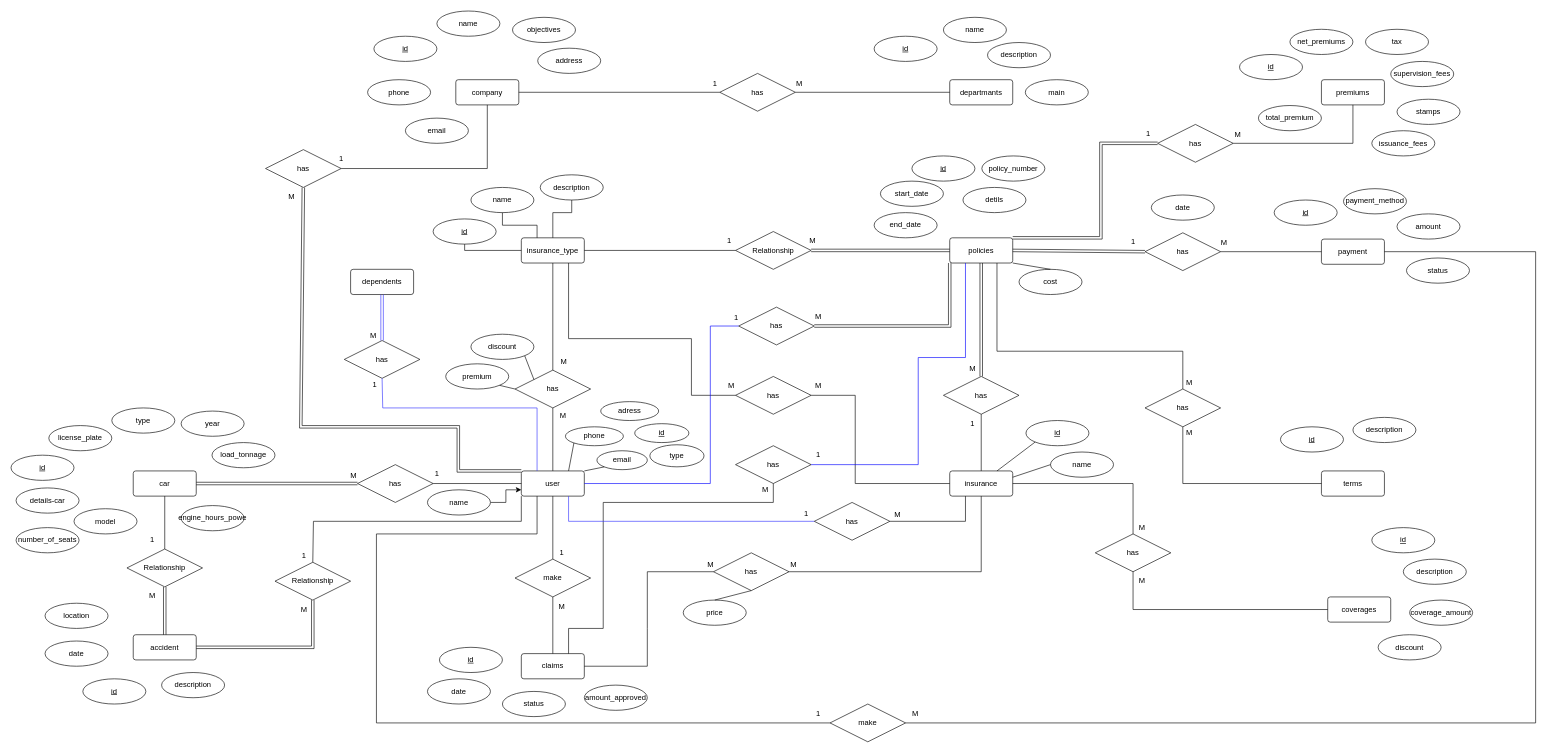
Above: database/requirement/ERD.drawio in MohamedAdelEid/Takaful_App (draw.io), before the change. Source tidied: cells renumbered, new cells numbered last; positions are measured from the earlier drawing's top-left corner, leaving out a move shared by most shapes. Both pictures are drawn from the tidied source at 63%, with x=0, y=0 at pixel (11, 11).
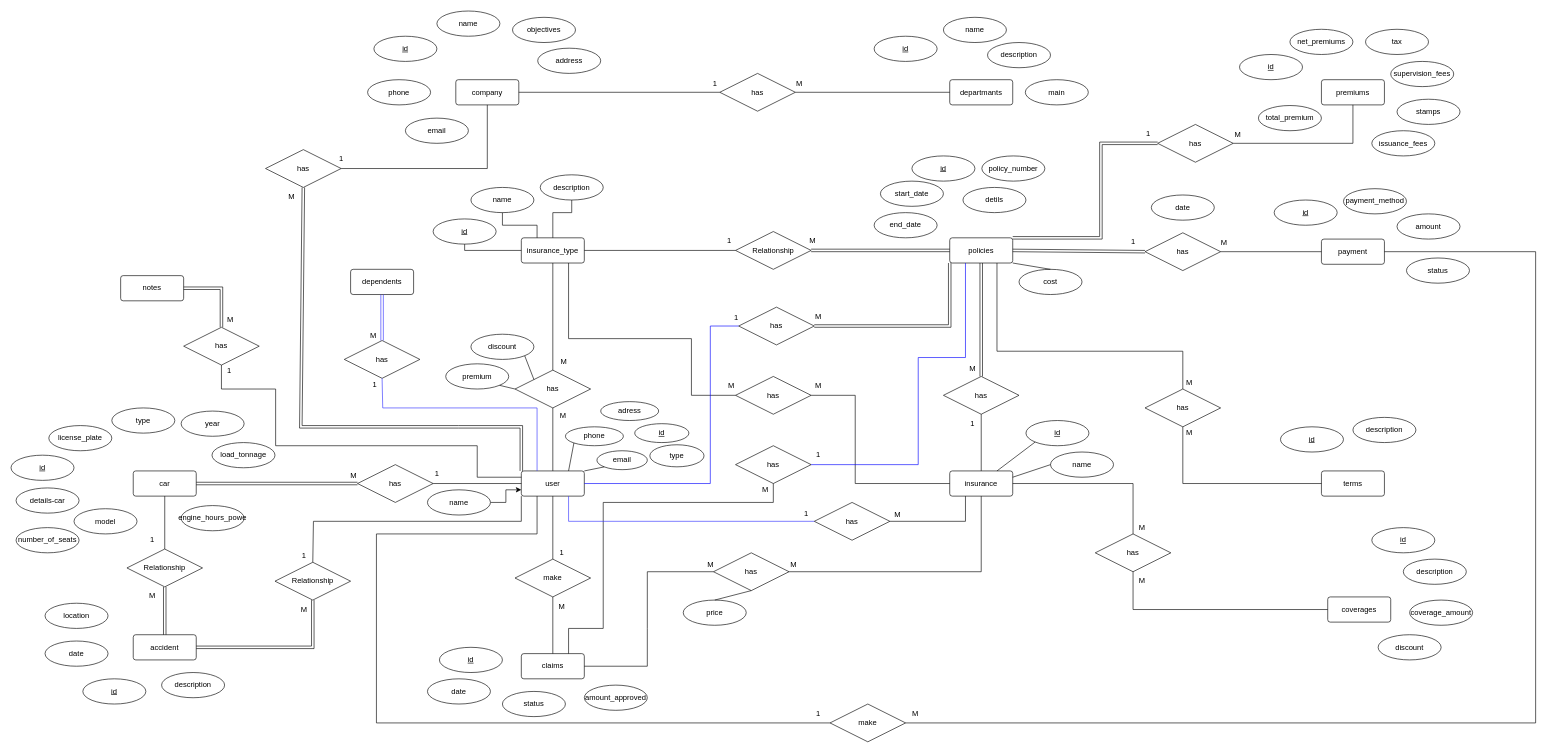
The same page after the edit.

The change refers to these unchanged cells:
```xml
<mxCell id="13" value="user" style="rounded=1;arcSize=10;whiteSpace=wrap;html=1;align=center;" parent="1" vertex="1">
  <mxGeometry x="810" y="730" width="100" height="40" as="geometry" />
</mxCell>
<mxCell id="102" value="has" style="shape=rhombus;perimeter=rhombusPerimeter;whiteSpace=wrap;html=1;align=center;" parent="1" vertex="1">
  <mxGeometry x="404" y="220" width="120" height="60" as="geometry" />
</mxCell>
```

The edit, as a diff of the source:
```diff
@@
     <mxCell id="104" style="shape=link;html=1;rounded=0;exitX=0;exitY=0;exitDx=0;exitDy=0;entryX=0.5;entryY=1;entryDx=0;entryDy=0;" parent="1" edge="1" source="13" target="102">
       <mxGeometry relative="1" as="geometry">
         <Array as="points">
-          <mxPoint x="710" y="730" />
+          <mxPoint x="810" y="660" />
           <mxPoint x="710" y="660" />
           <mxPoint x="460" y="660" />
         </Array>
       </mxGeometry>
     </mxCell>
@@
+    <mxCell id="195" value="notes" style="rounded=1;arcSize=10;whiteSpace=wrap;html=1;align=center;" parent="1" vertex="1">
+      <mxGeometry x="174" y="420" width="100" height="40" as="geometry" />
+    </mxCell>
+    <mxCell id="196" value="has" style="shape=rhombus;perimeter=rhombusPerimeter;whiteSpace=wrap;html=1;align=center;" parent="1" vertex="1">
+      <mxGeometry x="274" y="502" width="120" height="60" as="geometry" />
+    </mxCell>
+    <mxCell id="197" style="shape=link;html=1;rounded=0;strokeColor=#000000;exitX=1;exitY=0.5;exitDx=0;exitDy=0;entryX=0.5;entryY=0;entryDx=0;entryDy=0;" parent="1" edge="1" source="195" target="196">
+      <mxGeometry relative="1" as="geometry">
+        <Array as="points">
+          <mxPoint x="334" y="440" />
+        </Array>
+      </mxGeometry>
+    </mxCell>
+    <mxCell id="198" style="endArrow=none;html=1;rounded=0;strokeColor=#000000;entryX=0.5;entryY=1;entryDx=0;entryDy=0;exitX=0;exitY=0.25;exitDx=0;exitDy=0;" parent="1" edge="1" source="13" target="196">
+      <mxGeometry relative="1" as="geometry">
+        <Array as="points">
+          <mxPoint x="740" y="740" />
+          <mxPoint x="740" y="690" />
+          <mxPoint x="420" y="690" />
+          <mxPoint x="420" y="600" />
+          <mxPoint x="334" y="600" />
+        </Array>
+      </mxGeometry>
+    </mxCell>
+    <mxCell id="199" value="M" style="text;html=1;align=center;verticalAlign=middle;strokeColor=none;fillColor=none;" parent="1" vertex="1">
+      <mxGeometry x="333" y="475" width="30" height="30" as="geometry" />
+    </mxCell>
+    <mxCell id="200" value="1" style="text;html=1;align=center;verticalAlign=middle;strokeColor=none;fillColor=none;" parent="1" vertex="1">
+      <mxGeometry x="331" y="556" width="30" height="30" as="geometry" />
+    </mxCell>
```
